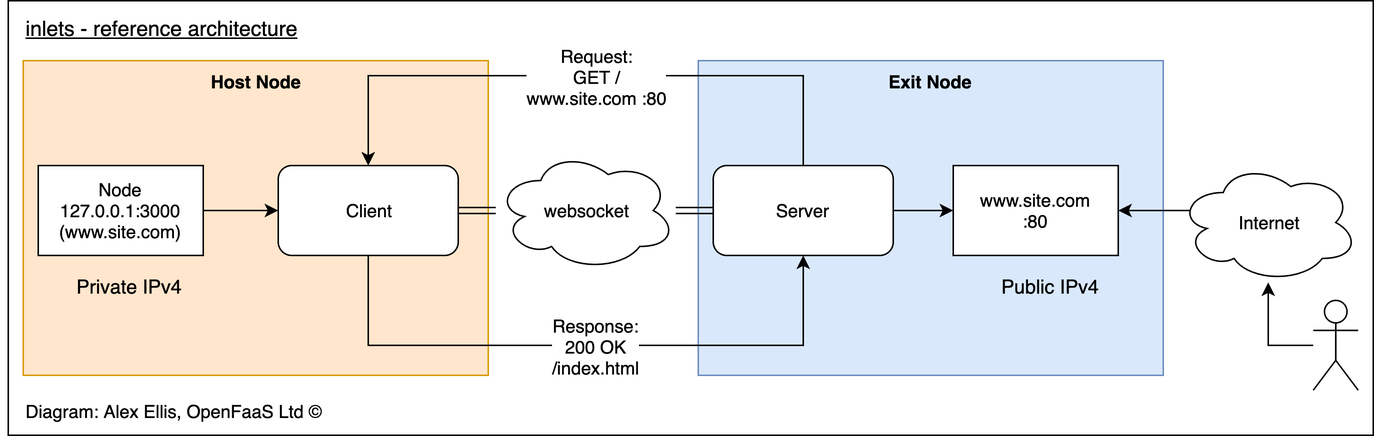
Above: docs/inlets.png in ssddanbrown/inlets (draw.io), before the change. Source tidied: cells renumbered, new cells last; positions are measured from the earlier drawing's top-left corner, leaving out a move shared by most shapes.
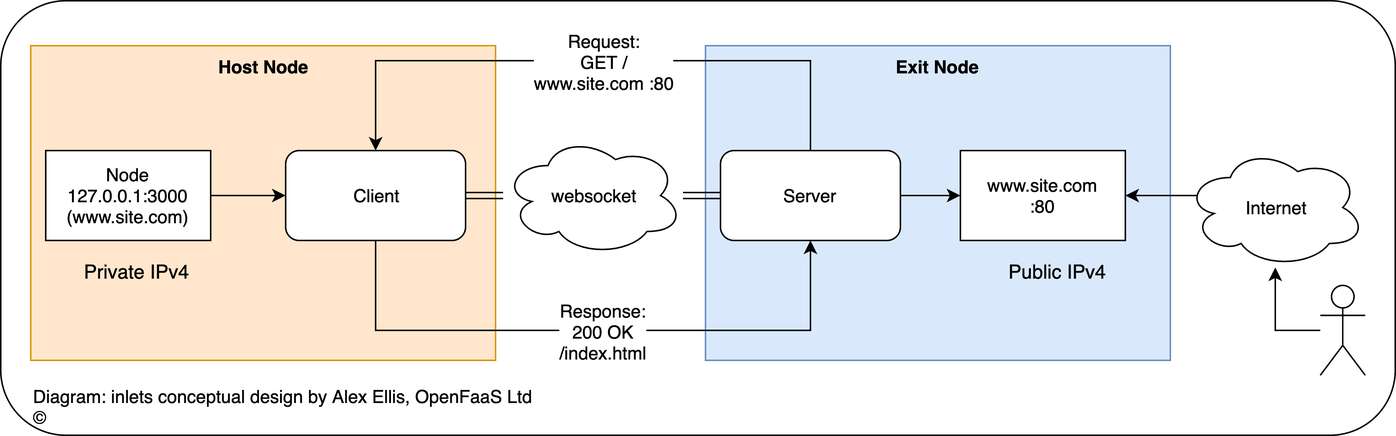
After the change.

Change to the diagram source:
```diff
@@ -2,8 +2,8 @@
   <root>
     <mxCell id="0" />
     <mxCell id="1" parent="0" />
-    <mxCell id="2" style="rounded=0;whiteSpace=wrap;html=1;fontFamily=Lucida Console;fontSize=25;" parent="1" vertex="1">
-      <mxGeometry x="5" width="910" height="290" as="geometry" />
+    <mxCell id="2" style="rounded=1;whiteSpace=wrap;html=1;fontSize=14;align=left;" parent="1" vertex="1">
+      <mxGeometry x="-5" y="10" width="930" height="290" as="geometry" />
     </mxCell>
     <mxCell id="3" value="Exit Node" style="rounded=0;whiteSpace=wrap;html=1;fillColor=#dae8fc;strokeColor=#6c8ebf;verticalAlign=top;fontStyle=1;" parent="1" vertex="1">
       <mxGeometry x="465" y="40" width="310" height="210" as="geometry" />
@@ -86,11 +86,8 @@
     <mxCell id="23" style="shape=umlActor;verticalLabelPosition=bottom;labelBackgroundColor=#ffffff;verticalAlign=top;html=1;outlineConnect=0;fontFamily=Helvetica;fontSize=13;" parent="1" vertex="1">
       <mxGeometry x="875" y="200" width="30" height="60" as="geometry" />
     </mxCell>
-    <mxCell id="24" value="Diagram: Alex Ellis, OpenFaaS Ltd ©" style="text;html=1;strokeColor=none;fillColor=none;align=left;verticalAlign=middle;whiteSpace=wrap;rounded=0;" parent="1" vertex="1">
+    <mxCell id="24" value="Diagram: inlets conceptual design by Alex Ellis, OpenFaaS Ltd ©" style="text;html=1;strokeColor=none;fillColor=none;align=left;verticalAlign=middle;whiteSpace=wrap;rounded=0;" parent="1" vertex="1">
       <mxGeometry x="15" y="264" width="760" height="20" as="geometry" />
     </mxCell>
-    <mxCell id="25" value="&lt;u style=&quot;font-size: 14px;&quot;&gt;inlets - reference architecture&lt;/u&gt;" style="text;html=1;strokeColor=none;fillColor=none;align=left;verticalAlign=middle;whiteSpace=wrap;rounded=0;fontSize=14;" parent="1" vertex="1">
-      <mxGeometry x="15" y="8" width="760" height="20" as="geometry" />
-    </mxCell>
   </root>
 </mxGraphModel>
```
